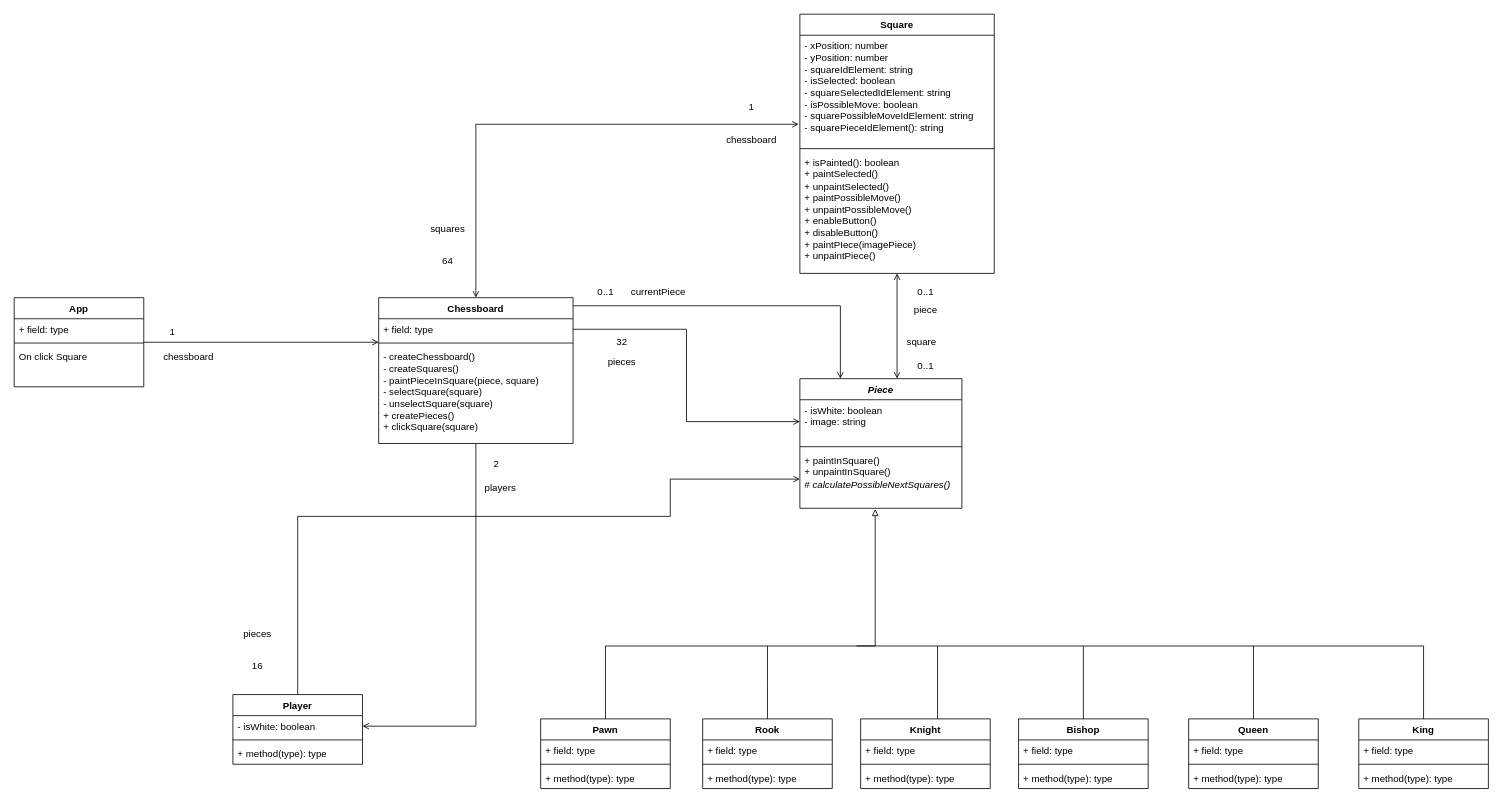
AitorMelero/chess-game keeps this draw.io diagram as docs/class-diagram.drawio. Above is the earlier version. Source tidied: cells renumbered, new cells numbered last; positions are measured from the earlier drawing's top-left corner, leaving out a move shared by most shapes. Both pictures are drawn from the tidied source at 81%, with x=0, y=0 at pixel (14, 14).
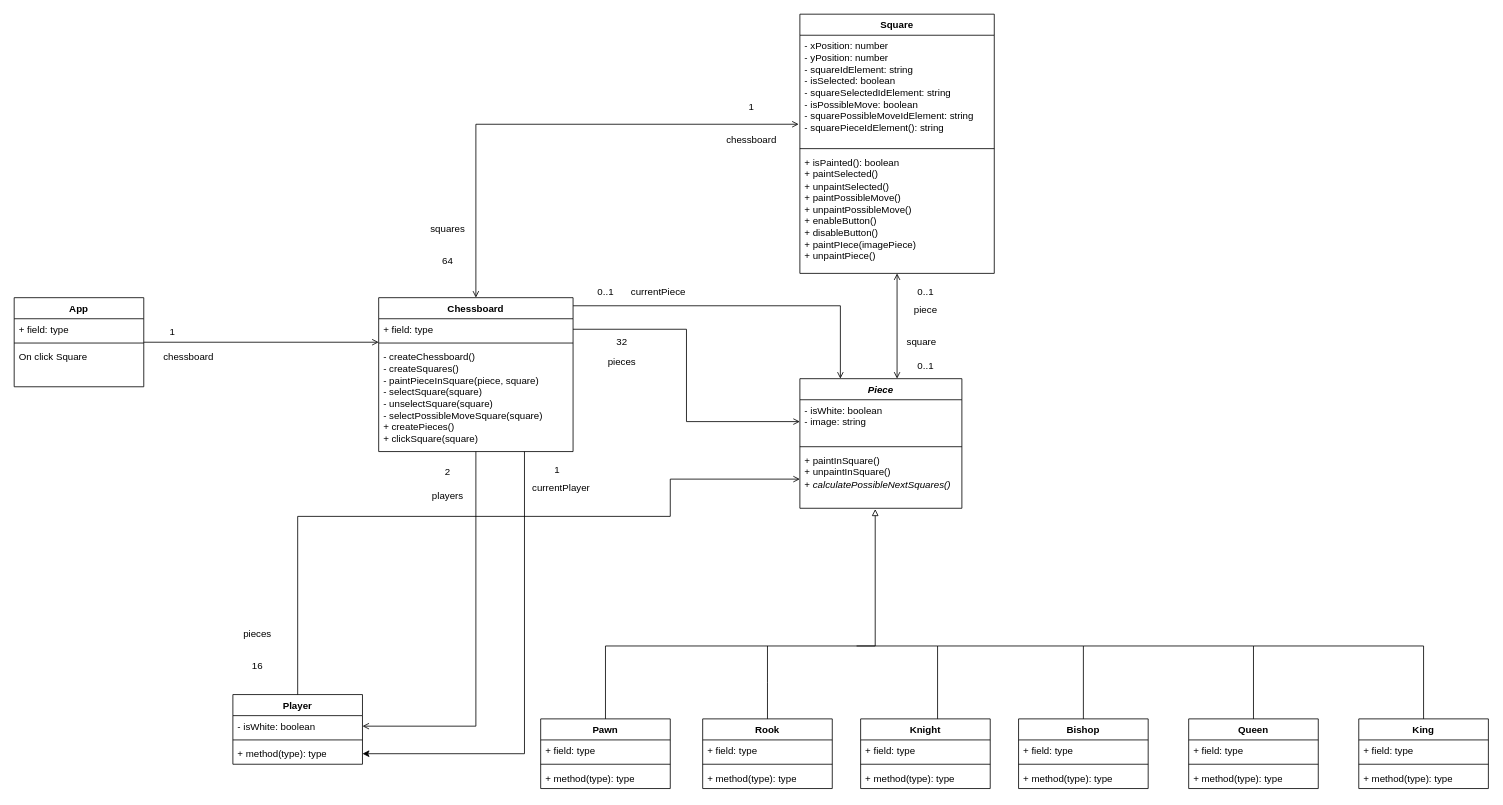
Above is the later version.

Commit message (it also covers changes not shown here):
Doc: Actualizar diagrama de clases

The change refers to these unchanged cells:
```xml
<mxCell id="15" value="&lt;i&gt;Piece&lt;/i&gt;" style="swimlane;fontStyle=1;align=center;verticalAlign=top;horizontal=1;startSize=26;whiteSpace=wrap;html=1;" parent="1" vertex="1">
  <mxGeometry x="970" y="450" width="200" height="160" as="geometry" />
</mxCell>
<mxCell id="24" value="+ method(type): type" style="text;strokeColor=none;fillColor=none;align=left;verticalAlign=top;spacingLeft=4;spacingRight=4;overflow=hidden;points=[[0,0.5],[1,0.5]];portConstraint=eastwest;whiteSpace=wrap;html=1;" parent="21" vertex="1">
  <mxGeometry y="60" width="160" height="26" as="geometry" />
</mxCell>
```

The edit, as a diff of the source:
```diff
@@
+    <mxCell id="77" style="edgeStyle=orthogonalEdgeStyle;rounded=0;jettySize=auto;html=1;" parent="1" edge="1" source="4" target="24">
+      <mxGeometry relative="1" as="geometry">
+        <Array as="points">
+          <mxPoint x="630" y="913" />
+        </Array>
+      </mxGeometry>
+    </mxCell>
     <mxCell id="4" value="Chessboard" style="swimlane;fontStyle=1;align=center;verticalAlign=top;horizontal=1;startSize=26;whiteSpace=wrap;html=1;" parent="1" vertex="1">
-      <mxGeometry x="450" y="350" width="240" height="180" as="geometry" />
+      <mxGeometry x="450" y="350" width="240" height="190" as="geometry" />
     </mxCell>
@@
-    <mxCell id="7" value="- createChessboard()&lt;br&gt;- createSquares()&lt;br&gt;- paintPieceInSquare(piece, square)&lt;br&gt;- selectSquare(square)&lt;br&gt;- unselectSquare(square)&lt;br&gt;+ createPieces()&lt;br style=&quot;border-color: var(--border-color);&quot;&gt;+ clickSquare(square)" style="text;strokeColor=none;fillColor=none;align=left;verticalAlign=top;spacingLeft=4;spacingRight=4;overflow=hidden;whiteSpace=wrap;html=1;" parent="4" vertex="1">
-      <mxGeometry y="60" width="240" height="120" as="geometry" />
+    <mxCell id="7" value="- createChessboard()&lt;br&gt;- createSquares()&lt;br&gt;- paintPieceInSquare(piece, square)&lt;br&gt;- selectSquare(square)&lt;br&gt;- unselectSquare(square)&lt;br&gt;- selectPossibleMoveSquare(square)&lt;br&gt;+ createPieces()&lt;br style=&quot;border-color: var(--border-color);&quot;&gt;+ clickSquare(square)" style="text;strokeColor=none;fillColor=none;align=left;verticalAlign=top;spacingLeft=4;spacingRight=4;overflow=hidden;whiteSpace=wrap;html=1;" parent="4" vertex="1">
+      <mxGeometry y="60" width="240" height="130" as="geometry" />
     </mxCell>
@@
-    <mxCell id="18" value="+ paintInSquare()&lt;br&gt;+ unpaintInSquare()&lt;br&gt;# &lt;i&gt;calculatePossibleNextSquares()&lt;/i&gt;" style="text;strokeColor=none;fillColor=none;align=left;verticalAlign=top;spacingLeft=4;spacingRight=4;overflow=hidden;points=[[0,0.5],[1,0.5]];portConstraint=eastwest;whiteSpace=wrap;html=1;" parent="15" vertex="1">
+    <mxCell id="18" value="+ paintInSquare()&lt;br&gt;+ unpaintInSquare()&lt;br&gt;+&amp;nbsp;&lt;i&gt;calculatePossibleNextSquares()&lt;/i&gt;" style="text;strokeColor=none;fillColor=none;align=left;verticalAlign=top;spacingLeft=4;spacingRight=4;overflow=hidden;points=[[0,0.5],[1,0.5]];portConstraint=eastwest;whiteSpace=wrap;html=1;" parent="15" vertex="1">
       <mxGeometry y="88" width="200" height="72" as="geometry" />
     </mxCell>
@@
     <mxCell id="25" value="2" style="text;html=1;align=center;verticalAlign=middle;strokeColor=none;fillColor=none;" parent="1" vertex="1">
-      <mxGeometry x="580" y="540" width="30" height="30" as="geometry" />
+      <mxGeometry x="520" y="550" width="30" height="30" as="geometry" />
     </mxCell>
@@
     <mxCell id="47" value="players" style="text;html=1;align=center;verticalAlign=middle;strokeColor=none;fillColor=none;" parent="1" vertex="1">
-      <mxGeometry x="570" y="570" width="60" height="30" as="geometry" />
+      <mxGeometry x="505" y="580" width="60" height="30" as="geometry" />
     </mxCell>
@@
+    <mxCell id="78" value="1" style="text;html=1;align=center;verticalAlign=middle;strokeColor=none;fillColor=none;" parent="1" vertex="1">
+      <mxGeometry x="655" y="548" width="30" height="30" as="geometry" />
+    </mxCell>
+    <mxCell id="79" value="currentPlayer" style="text;html=1;align=center;verticalAlign=middle;strokeColor=none;fillColor=none;" parent="1" vertex="1">
+      <mxGeometry x="630" y="570" width="90" height="30" as="geometry" />
+    </mxCell>
```
